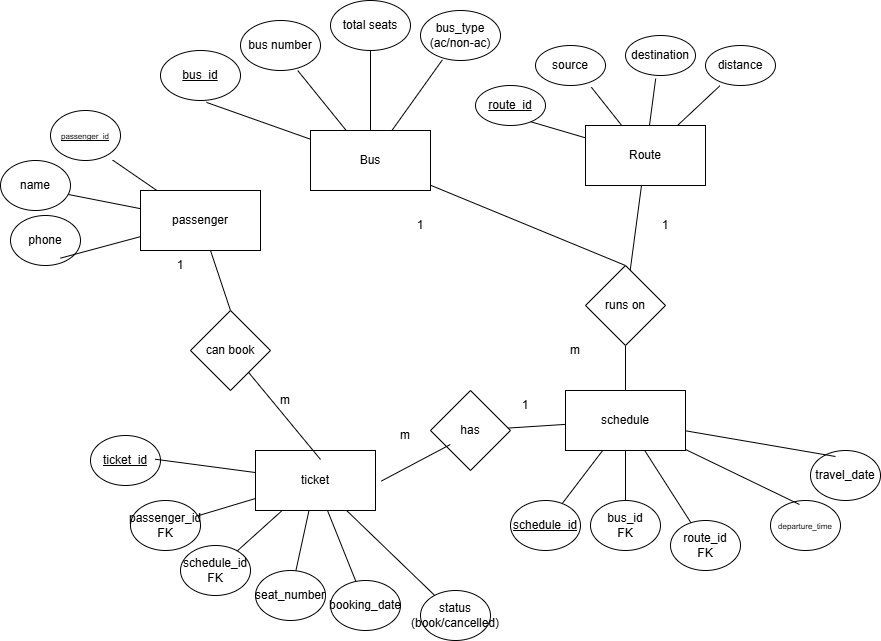
This is btrs.png from salimshre/btrs, a draw.io export, as it was before one commit. Source tidied: cells renumbered, new cells last; positions are measured from the earlier drawing's top-left corner, leaving out a move shared by most shapes.
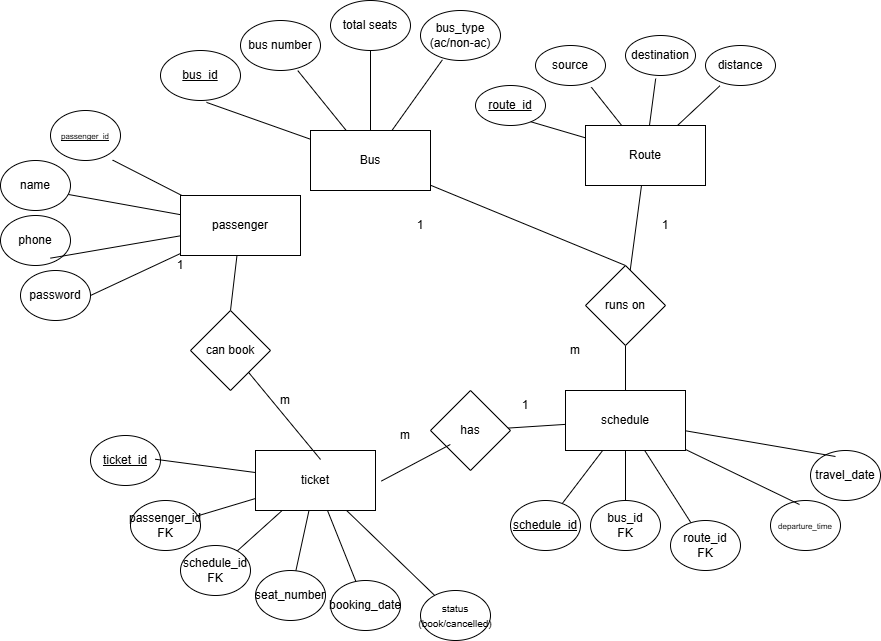
After the commit.

Diff of the diagram source:
```diff
@@ -69,7 +69,7 @@
       <mxGeometry relative="1" as="geometry" />
     </mxCell>
     <mxCell id="24" value="passenger" style="rounded=0;whiteSpace=wrap;html=1;" parent="1" vertex="1">
-      <mxGeometry x="140" y="190" width="120" height="60" as="geometry" />
+      <mxGeometry x="180" y="195" width="120" height="60" as="geometry" />
     </mxCell>
     <mxCell id="25" value="can book" style="rhombus;whiteSpace=wrap;html=1;" parent="1" vertex="1">
       <mxGeometry x="190" y="310" width="80" height="80" as="geometry" />
@@ -159,7 +159,7 @@
       <mxGeometry x="50" y="110" width="70" height="50" as="geometry" />
     </mxCell>
     <mxCell id="54" value="phone" style="ellipse;whiteSpace=wrap;html=1;" parent="1" vertex="1">
-      <mxGeometry x="10" y="215" width="70" height="50" as="geometry" />
+      <mxGeometry y="215" width="70" height="50" as="geometry" />
     </mxCell>
     <mxCell id="55" style="edgeStyle=none;curved=1;rounded=0;jettySize=auto;html=1;entryX=0.888;entryY=0.992;entryDx=0;entryDy=0;entryPerimeter=0;fontSize=12;startSize=8;endSize=8;endArrow=none;endFill=0;" parent="1" edge="1" source="24" target="53">
       <mxGeometry relative="1" as="geometry" />
@@ -185,7 +185,7 @@
     <mxCell id="62" value="booking_date" style="ellipse;whiteSpace=wrap;html=1;" parent="1" vertex="1">
       <mxGeometry x="330" y="580" width="70" height="50" as="geometry" />
     </mxCell>
-    <mxCell id="63" value="status (book/cancelled)" style="ellipse;whiteSpace=wrap;html=1;" parent="1" vertex="1">
+    <mxCell id="63" value="&lt;font style=&quot;font-size: 10px;&quot;&gt;status (book/cancelled)&lt;/font&gt;" style="ellipse;whiteSpace=wrap;html=1;" parent="1" vertex="1">
       <mxGeometry x="420" y="590" width="70" height="50" as="geometry" />
     </mxCell>
     <mxCell id="64" style="edgeStyle=none;curved=1;rounded=0;jettySize=auto;html=1;entryX=0.925;entryY=0.475;entryDx=0;entryDy=0;entryPerimeter=0;fontSize=12;startSize=8;endSize=8;endArrow=none;endFill=0;" parent="1" edge="1" source="17" target="58">
@@ -203,5 +203,11 @@
     <mxCell id="68" value="m" style="text;html=1;whiteSpace=wrap;strokeColor=none;fillColor=none;align=center;verticalAlign=middle;rounded=0;" parent="1" vertex="1">
       <mxGeometry x="545" y="335" width="60" height="30" as="geometry" />
     </mxCell>
+    <mxCell id="69" value="password" style="ellipse;whiteSpace=wrap;html=1;" parent="1" vertex="1">
+      <mxGeometry x="20" y="270" width="70" height="50" as="geometry" />
+    </mxCell>
+    <mxCell id="70" style="endArrow=none;html=1;rounded=0;exitX=1;exitY=0.5;exitDx=0;exitDy=0;" parent="1" edge="1" source="69" target="24">
+      <mxGeometry relative="1" as="geometry" />
+    </mxCell>
   </root>
 </mxGraphModel>
```
